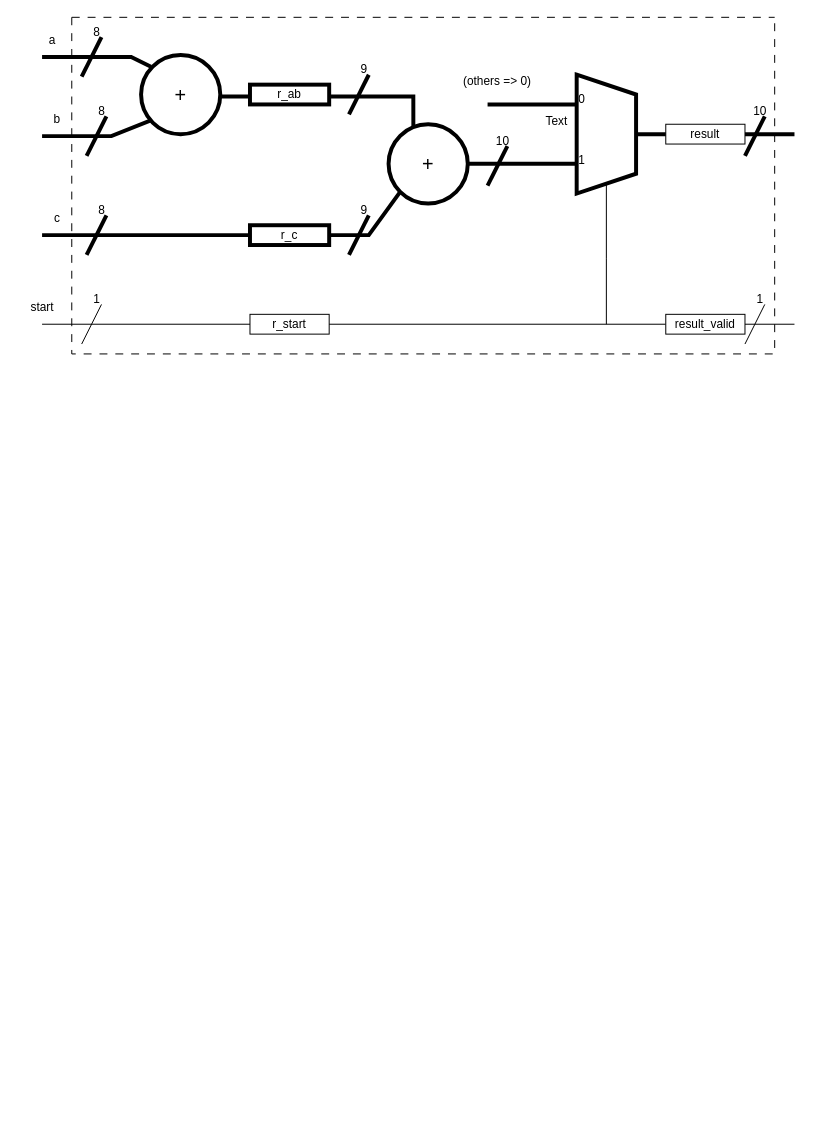
This is Eksamen/2021/Untitled Diagram.drawio from jrundht/IN3160, a draw.io file, before an edit. Source tidied: cells renumbered, new cells numbered last; positions are measured from the earlier drawing's top-left corner, leaving out a move shared by most shapes. Both pictures are drawn from the tidied source at 99%, with x=0, y=0 at pixel (17, 17).
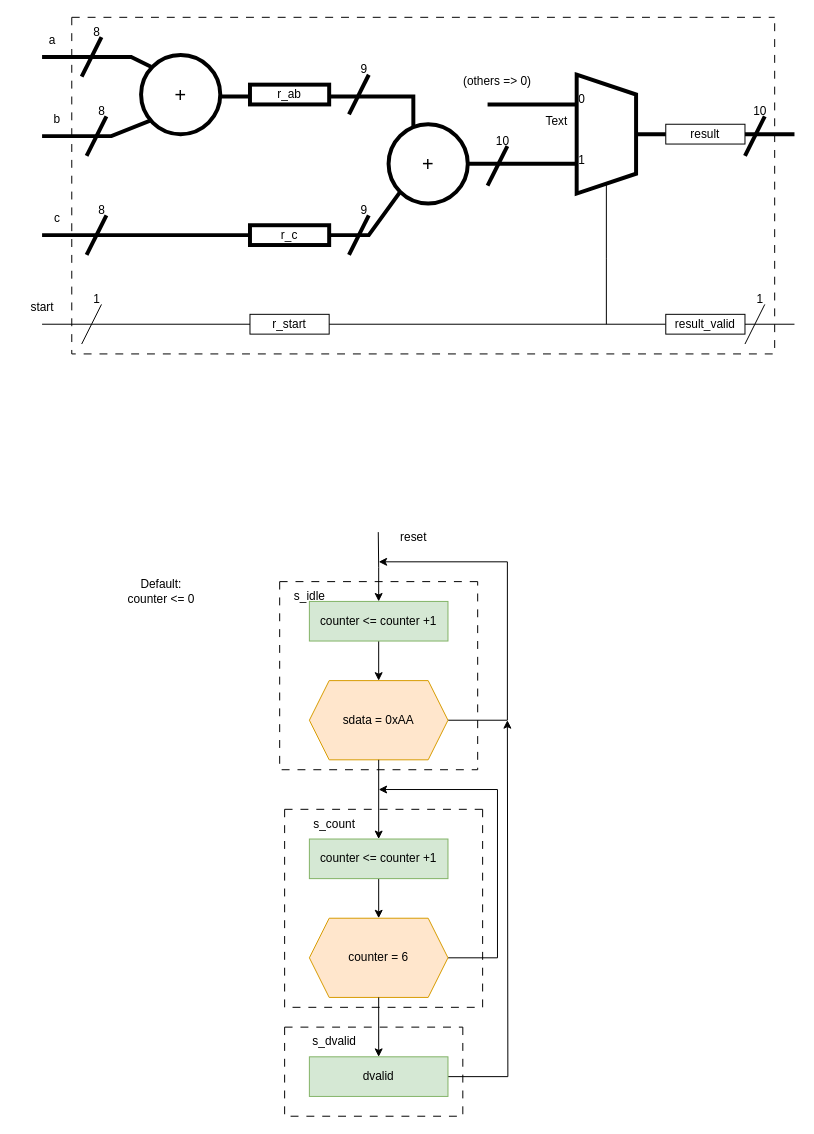
The same diagram, later.

Commit message:
ASM diagram

What changed in the source:
```diff
@@
+    <mxCell id="57" style="edgeStyle=orthogonalEdgeStyle;rounded=0;jettySize=auto;html=1;entryX=0.5;entryY=0;entryDx=0;entryDy=0;" parent="1" edge="1" source="59" target="63">
+      <mxGeometry relative="1" as="geometry" />
+    </mxCell>
+    <mxCell id="58" style="edgeStyle=orthogonalEdgeStyle;rounded=0;jettySize=auto;html=1;exitX=0.5;exitY=0;exitDx=0;exitDy=0;startArrow=classic;startFill=1;endArrow=none;endFill=0;" parent="1" edge="1" source="59">
+      <mxGeometry relative="1" as="geometry">
+        <mxPoint x="364.6" y="520" as="targetPoint" />
+      </mxGeometry>
+    </mxCell>
+    <mxCell id="59" value="counter &amp;lt;= counter +1" style="rounded=0;whiteSpace=wrap;html=1;fillColor=#d5e8d4;strokeColor=#82b366;" parent="1" vertex="1">
+      <mxGeometry x="295" y="590" width="140" height="40" as="geometry" />
+    </mxCell>
+    <mxCell id="60" style="edgeStyle=orthogonalEdgeStyle;rounded=0;jettySize=auto;html=1;exitX=1;exitY=0.5;exitDx=0;exitDy=0;" parent="1" edge="1" source="63">
+      <mxGeometry relative="1" as="geometry">
+        <mxPoint x="365" y="550" as="targetPoint" />
+        <Array as="points">
+          <mxPoint x="495" y="710" />
+          <mxPoint x="495" y="550" />
+        </Array>
+      </mxGeometry>
+    </mxCell>
+    <mxCell id="61" value="reset" style="text;html=1;align=center;verticalAlign=middle;strokeColor=none;fillColor=none;" parent="1" vertex="1">
+      <mxGeometry x="375" y="510" width="50" height="30" as="geometry" />
+    </mxCell>
+    <mxCell id="62" style="swimlane;startSize=0;dashed=1;dashPattern=8 8;" parent="1" vertex="1">
+      <mxGeometry x="265" y="570" width="200" height="190" as="geometry" />
+    </mxCell>
+    <mxCell id="63" value="sdata = 0xAA" style="shape=hexagon;perimeter=hexagonPerimeter2;whiteSpace=wrap;html=1;fixedSize=1;fillColor=#ffe6cc;strokeColor=#d79b00;" parent="62" vertex="1">
+      <mxGeometry x="30" y="100" width="140" height="80" as="geometry" />
+    </mxCell>
+    <mxCell id="64" value="s_idle" style="text;html=1;align=center;verticalAlign=middle;strokeColor=none;fillColor=none;" parent="62" vertex="1">
+      <mxGeometry x="5" width="50" height="30" as="geometry" />
+    </mxCell>
+    <mxCell id="65" style="edgeStyle=orthogonalEdgeStyle;rounded=0;jettySize=auto;html=1;" parent="1" edge="1" source="66" target="69">
+      <mxGeometry relative="1" as="geometry" />
+    </mxCell>
+    <mxCell id="66" value="counter &amp;lt;= counter +1" style="rounded=0;whiteSpace=wrap;html=1;fillColor=#d5e8d4;strokeColor=#82b366;" parent="1" vertex="1">
+      <mxGeometry x="295" y="830" width="140" height="40" as="geometry" />
+    </mxCell>
+    <mxCell id="67" style="edgeStyle=orthogonalEdgeStyle;rounded=0;jettySize=auto;html=1;" parent="1" edge="1" source="69">
+      <mxGeometry relative="1" as="geometry">
+        <mxPoint x="365" y="780" as="targetPoint" />
+        <Array as="points">
+          <mxPoint x="485" y="950" />
+          <mxPoint x="485" y="780" />
+        </Array>
+      </mxGeometry>
+    </mxCell>
+    <mxCell id="68" style="swimlane;startSize=0;dashed=1;dashPattern=8 8;" parent="1" vertex="1">
+      <mxGeometry x="270" y="800" width="200" height="200" as="geometry" />
+    </mxCell>
+    <mxCell id="69" value="counter = 6" style="shape=hexagon;perimeter=hexagonPerimeter2;whiteSpace=wrap;html=1;fixedSize=1;fillColor=#ffe6cc;strokeColor=#d79b00;" parent="68" vertex="1">
+      <mxGeometry x="25" y="110" width="140" height="80" as="geometry" />
+    </mxCell>
+    <mxCell id="70" value="s_count" style="text;html=1;align=center;verticalAlign=middle;strokeColor=none;fillColor=none;" parent="68" vertex="1">
+      <mxGeometry x="15" width="70" height="30" as="geometry" />
+    </mxCell>
+    <mxCell id="71" style="edgeStyle=orthogonalEdgeStyle;rounded=0;jettySize=auto;html=1;" parent="1" edge="1" source="63" target="66">
+      <mxGeometry relative="1" as="geometry" />
+    </mxCell>
+    <mxCell id="72" style="edgeStyle=orthogonalEdgeStyle;rounded=0;jettySize=auto;html=1;" parent="1" edge="1" source="73">
+      <mxGeometry relative="1" as="geometry">
+        <mxPoint x="495" y="710" as="targetPoint" />
+      </mxGeometry>
+    </mxCell>
+    <mxCell id="73" value="dvalid" style="rounded=0;whiteSpace=wrap;html=1;fillColor=#d5e8d4;strokeColor=#82b366;" parent="1" vertex="1">
+      <mxGeometry x="295" y="1050" width="140" height="40" as="geometry" />
+    </mxCell>
+    <mxCell id="74" style="edgeStyle=orthogonalEdgeStyle;rounded=0;jettySize=auto;html=1;exitX=0.5;exitY=1;exitDx=0;exitDy=0;" parent="1" edge="1" source="69" target="73">
+      <mxGeometry relative="1" as="geometry" />
+    </mxCell>
+    <mxCell id="75" style="swimlane;startSize=0;dashed=1;dashPattern=8 8;" parent="1" vertex="1">
+      <mxGeometry x="270" y="1020" width="180" height="90" as="geometry" />
+    </mxCell>
+    <mxCell id="76" value="s_dvalid" style="text;html=1;align=center;verticalAlign=middle;strokeColor=none;fillColor=none;" parent="75" vertex="1">
+      <mxGeometry x="15" width="70" height="30" as="geometry" />
+    </mxCell>
+    <mxCell id="77" value="&lt;div&gt;Default: &lt;br&gt;&lt;/div&gt;&lt;div&gt;counter &amp;lt;= 0&lt;br&gt;&lt;/div&gt;" style="text;html=1;align=center;verticalAlign=middle;strokeColor=none;fillColor=none;" parent="1" vertex="1">
+      <mxGeometry x="100" y="560" width="90" height="40" as="geometry" />
+    </mxCell>
```
